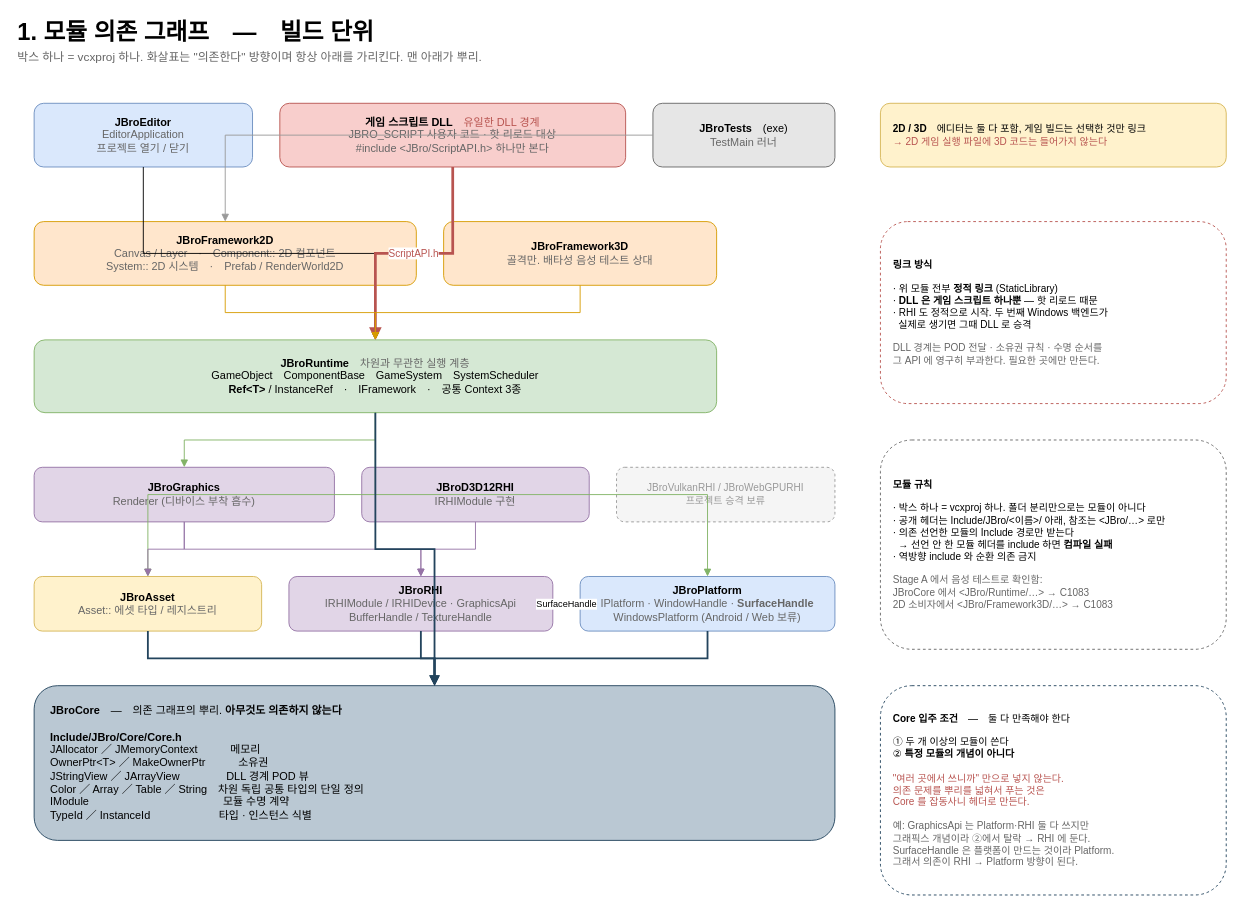
The draw.io diagram page "1. Modules (build units)" (1 of 9) of docs/JBroEngine.drawio.xml in taku7664/JBroEngine, before the edit. Source tidied: cells renumbered, new cells numbered last; positions are measured from the earlier drawing's top-left corner, leaving out a move shared by most shapes. Both pictures are drawn from the tidied source at 91%, with x=0, y=0 at pixel (15, 15).
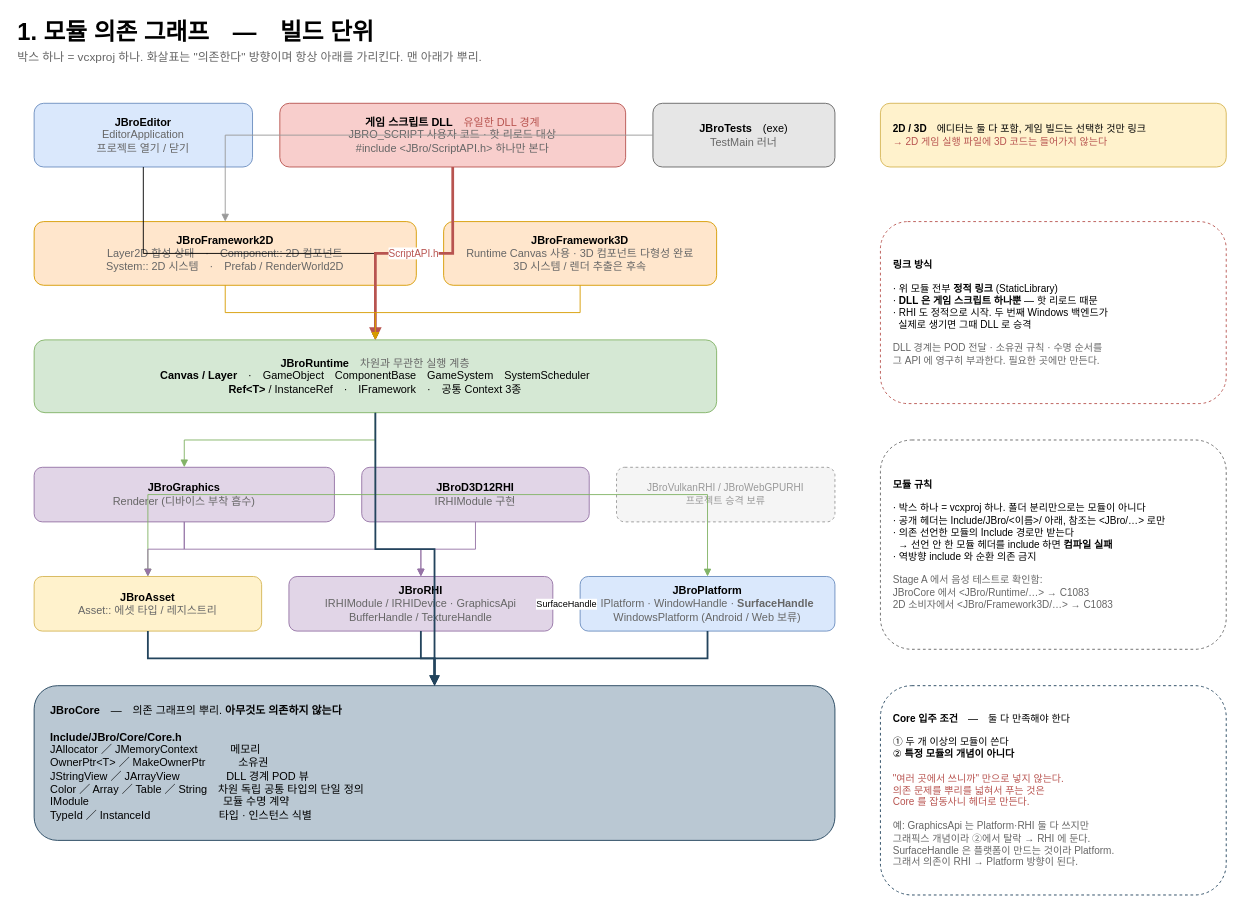
After the change.

The edit, as a diff of the source:
```diff
@@
-    <mxCell id="7" value="&lt;b&gt;JBroFramework2D&lt;/b&gt;&lt;br&gt;&lt;font color=&quot;#666666&quot;&gt;Canvas / Layer　·　Component:: 2D 컴포넌트&lt;br&gt;System:: 2D 시스템　·　Prefab / RenderWorld2D&lt;/font&gt;" style="rounded=1;whiteSpace=wrap;html=1;fillColor=#ffe6cc;strokeColor=#d79b00;fontSize=12;" parent="1" vertex="1">
+    <mxCell id="7" value="&lt;b&gt;JBroFramework2D&lt;/b&gt;&lt;br&gt;&lt;font color=&quot;#666666&quot;&gt;Layer2D 합성 상태　·　Component:: 2D 컴포넌트&lt;br&gt;System:: 2D 시스템　·　Prefab / RenderWorld2D&lt;/font&gt;" style="rounded=1;whiteSpace=wrap;html=1;fillColor=#ffe6cc;strokeColor=#d79b00;fontSize=12;" parent="1" vertex="1">
       <mxGeometry x="20" y="226" width="420" height="70" as="geometry" />
     </mxCell>
-    <mxCell id="8" value="&lt;b&gt;JBroFramework3D&lt;/b&gt;&lt;br&gt;&lt;font color=&quot;#666666&quot;&gt;골격만. 배타성 음성 테스트 상대&lt;/font&gt;" style="rounded=1;whiteSpace=wrap;html=1;fillColor=#ffe6cc;strokeColor=#d79b00;fontSize=12;" parent="1" vertex="1">
+    <mxCell id="8" value="&lt;b&gt;JBroFramework3D&lt;/b&gt;&lt;br&gt;&lt;font color=&quot;#666666&quot;&gt;Runtime Canvas 사용 · 3D 컴포넌트 다형성 완료&lt;br&gt;3D 시스템 / 렌더 추출은 후속&lt;/font&gt;" style="rounded=1;whiteSpace=wrap;html=1;fillColor=#ffe6cc;strokeColor=#d79b00;fontSize=12;" parent="1" vertex="1">
       <mxGeometry x="470" y="226" width="300" height="70" as="geometry" />
     </mxCell>
-    <mxCell id="9" value="&lt;b&gt;JBroRuntime&lt;/b&gt;　&lt;font color=&quot;#666666&quot;&gt;차원과 무관한 실행 계층&lt;/font&gt;&lt;br&gt;GameObject　ComponentBase　GameSystem　SystemScheduler&lt;br&gt;&lt;b&gt;Ref&amp;lt;T&amp;gt;&lt;/b&gt; / InstanceRef　·　IFramework　·　공통 Context 3종" style="rounded=1;whiteSpace=wrap;html=1;fillColor=#d5e8d4;strokeColor=#82b366;fontSize=12;" parent="1" vertex="1">
+    <mxCell id="9" value="&lt;b&gt;JBroRuntime&lt;/b&gt;　&lt;font color=&quot;#666666&quot;&gt;차원과 무관한 실행 계층&lt;/font&gt;&lt;br&gt;&lt;b&gt;Canvas / Layer&lt;/b&gt;　·　GameObject　ComponentBase　GameSystem　SystemScheduler&lt;br&gt;&lt;b&gt;Ref&amp;lt;T&amp;gt;&lt;/b&gt; / InstanceRef　·　IFramework　·　공통 Context 3종" style="rounded=1;whiteSpace=wrap;html=1;fillColor=#d5e8d4;strokeColor=#82b366;fontSize=12;" parent="1" vertex="1">
       <mxGeometry x="20" y="356" width="750" height="80" as="geometry" />
     </mxCell>
```
